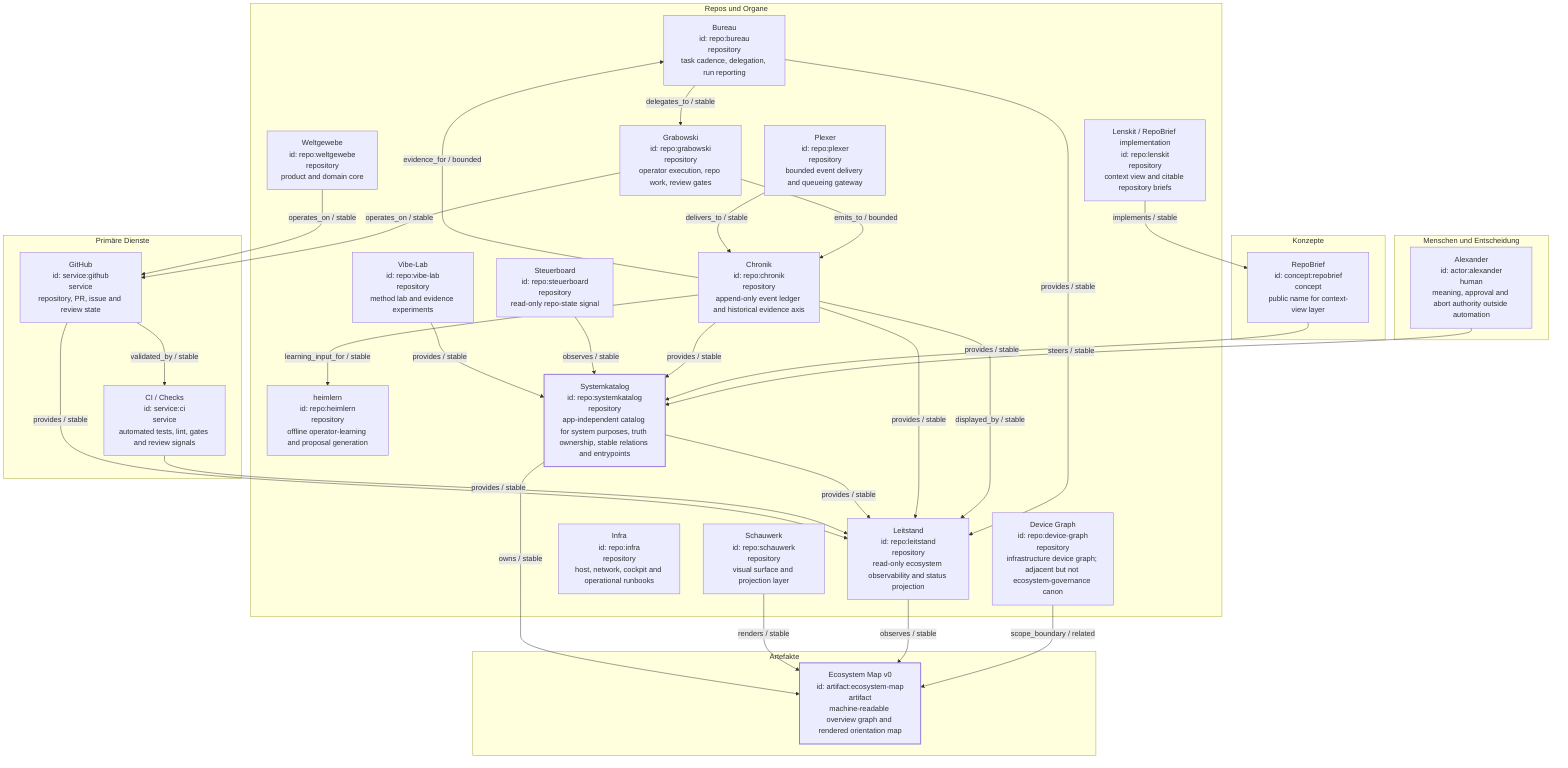
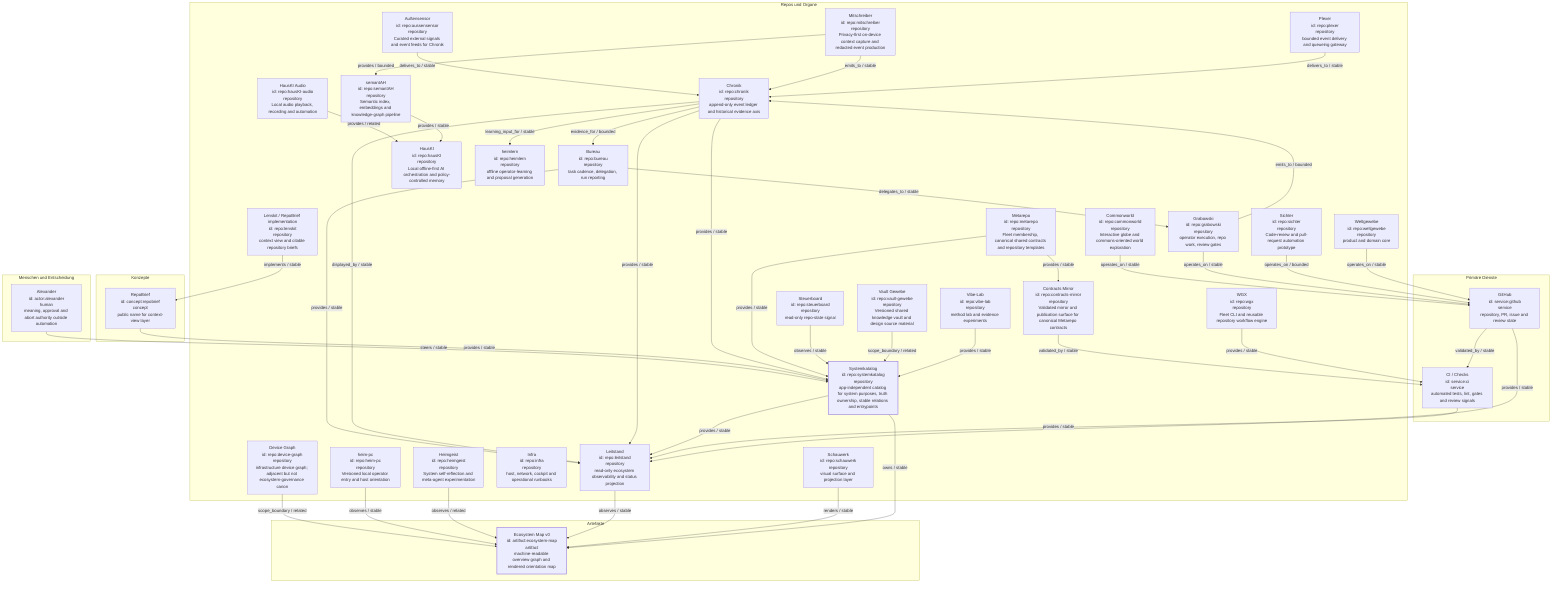
flowchart TD
    %% GENERATED FILE. Do not edit manually.
    %% GENERATED: scripts/render_ecosystem_registry_map.py
    %% Run: python3 scripts/render_ecosystem_registry_map.py
    %% Source: registry/ecosystem/nodes.json + registry/ecosystem/edges.json
    %% Boundary: this projection does not establish claim truth, runtime correctness or merge readiness.

    subgraph kind_human[Menschen und Entscheidung]
        actor_alexander["Alexander<br/>id: actor:alexander<br/>human<br/>meaning, approval and abort authority outside automation"]
    end

    subgraph kind_repository[Repos und Organe]
+         repo_aussensensor["Außensensor<br/>id: repo:aussensensor<br/>repository<br/>Curated external signals and event feeds for Chronik"]
        repo_bureau["Bureau<br/>id: repo:bureau<br/>repository<br/>task cadence, delegation, run reporting"]
        repo_chronik["Chronik<br/>id: repo:chronik<br/>repository<br/>append-only event ledger and historical evidence axis"]
+         repo_commonworld["Commonworld<br/>id: repo:commonworld<br/>repository<br/>Interactive globe and commons-oriented world exploration"]
+         repo_contracts_mirror["Contracts Mirror<br/>id: repo:contracts-mirror<br/>repository<br/>Validated mirror and publication surface for canonical Metarepo contracts"]
        repo_device_graph["Device Graph<br/>id: repo:device-graph<br/>repository<br/>infrastructure device graph; adjacent but not ecosystem-governance canon"]
        repo_grabowski["Grabowski<br/>id: repo:grabowski<br/>repository<br/>operator execution, repo work, review gates"]
+         repo_hausKI["HausKI<br/>id: repo:hausKI<br/>repository<br/>Local offline-first AI orchestration and policy-controlled memory"]
+         repo_hausKI_audio["HausKI Audio<br/>id: repo:hausKI-audio<br/>repository<br/>Local audio playback, recording and automation"]
+         repo_heim_pc["heim-pc<br/>id: repo:heim-pc<br/>repository<br/>Versioned local operator entry and host orientation"]
+         repo_heimgeist["Heimgeist<br/>id: repo:heimgeist<br/>repository<br/>System self-reflection and meta-agent experimentation"]
        repo_heimlern["heimlern<br/>id: repo:heimlern<br/>repository<br/>offline operator-learning and proposal generation"]
        repo_infra["Infra<br/>id: repo:infra<br/>repository<br/>host, network, cockpit and operational runbooks"]
        repo_leitstand["Leitstand<br/>id: repo:leitstand<br/>repository<br/>read-only ecosystem observability and status projection"]
        repo_lenskit["Lenskit / RepoBrief implementation<br/>id: repo:lenskit<br/>repository<br/>context view and citable repository briefs"]
+         repo_metarepo["Metarepo<br/>id: repo:metarepo<br/>repository<br/>Fleet membership, canonical shared contracts and repository templates"]
+         repo_mitschreiber["Mitschreiber<br/>id: repo:mitschreiber<br/>repository<br/>Privacy-first on-device context capture and redacted event production"]
        repo_plexer["Plexer<br/>id: repo:plexer<br/>repository<br/>bounded event delivery and queueing gateway"]
        repo_schauwerk["Schauwerk<br/>id: repo:schauwerk<br/>repository<br/>visual surface and projection layer"]
+         repo_semantAH["semantAH<br/>id: repo:semantAH<br/>repository<br/>Semantic index, embeddings and knowledge-graph pipeline"]
+         repo_sichter["Sichter<br/>id: repo:sichter<br/>repository<br/>Code-review and pull-request automation prototype"]
        repo_steuerboard["Steuerboard<br/>id: repo:steuerboard<br/>repository<br/>read-only repo-state signal"]
        repo_systemkatalog["Systemkatalog<br/>id: repo:systemkatalog<br/>repository<br/>app-independent catalog for system purposes, truth ownership, stable relations and entrypoints"]
+         repo_vault_gewebe["Vault Gewebe<br/>id: repo:vault-gewebe<br/>repository<br/>Versioned shared knowledge vault and design source material"]
        repo_vibe_lab["Vibe-Lab<br/>id: repo:vibe-lab<br/>repository<br/>method lab and evidence experiments"]
        repo_weltgewebe["Weltgewebe<br/>id: repo:weltgewebe<br/>repository<br/>product and domain core"]
+         repo_wgx["WGX<br/>id: repo:wgx<br/>repository<br/>Fleet CLI and reusable repository workflow engine"]
    end

    subgraph kind_concept[Konzepte]
        concept_repobrief["RepoBrief<br/>id: concept:repobrief<br/>concept<br/>public name for context-view layer"]
    end

    subgraph kind_artifact[Artefakte]
        artifact_ecosystem_map["Ecosystem Map v0<br/>id: artifact:ecosystem-map<br/>artifact<br/>machine-readable overview graph and rendered orientation map"]
    end

    subgraph kind_service[Primäre Dienste]
        service_ci["CI / Checks<br/>id: service:ci<br/>service<br/>automated tests, lint, gates and review signals"]
        service_github["GitHub<br/>id: service:github<br/>service<br/>repository, PR, issue and review state"]
    end

    actor_alexander -->|steers / stable| repo_systemkatalog
    concept_repobrief -->|provides / stable| repo_systemkatalog
+     repo_aussensensor -->|delivers_to / stable| repo_chronik
    repo_bureau -->|delegates_to / stable| repo_grabowski
    repo_bureau -->|provides / stable| repo_leitstand
    repo_chronik -->|evidence_for / bounded| repo_bureau
    repo_chronik -->|learning_input_for / stable| repo_heimlern
    repo_chronik -->|displayed_by / stable| repo_leitstand
    repo_chronik -->|provides / stable| repo_leitstand
    repo_chronik -->|provides / stable| repo_systemkatalog
+     repo_commonworld -->|operates_on / stable| service_github
+     repo_contracts_mirror -->|validated_by / stable| service_ci
    repo_device_graph -->|scope_boundary / related| artifact_ecosystem_map
    repo_grabowski -->|emits_to / bounded| repo_chronik
    repo_grabowski -->|operates_on / stable| service_github
+     repo_hausKI_audio -->|provides / related| repo_hausKI
+     repo_heim_pc -->|observes / stable| artifact_ecosystem_map
+     repo_heimgeist -->|observes / related| artifact_ecosystem_map
    repo_leitstand -->|observes / stable| artifact_ecosystem_map
    repo_lenskit -->|implements / stable| concept_repobrief
+     repo_metarepo -->|provides / stable| repo_contracts_mirror
+     repo_metarepo -->|provides / stable| repo_systemkatalog
+     repo_mitschreiber -->|emits_to / stable| repo_chronik
+     repo_mitschreiber -->|provides / bounded| repo_semantAH
    repo_plexer -->|delivers_to / stable| repo_chronik
    repo_schauwerk -->|renders / stable| artifact_ecosystem_map
+     repo_semantAH -->|provides / stable| repo_hausKI
+     repo_sichter -->|operates_on / bounded| service_github
    repo_steuerboard -->|observes / stable| repo_systemkatalog
    repo_systemkatalog -->|owns / stable| artifact_ecosystem_map
    repo_systemkatalog -->|provides / stable| repo_leitstand
+     repo_vault_gewebe -->|scope_boundary / related| repo_systemkatalog
    repo_vibe_lab -->|provides / stable| repo_systemkatalog
    repo_weltgewebe -->|operates_on / stable| service_github
+     repo_wgx -->|provides / stable| service_ci
    service_ci -->|provides / stable| repo_leitstand
    service_github -->|provides / stable| repo_leitstand
    service_github -->|validated_by / stable| service_ci

    %% Visual anchor only; does not establish canonical truth.
    classDef mapAnchor stroke-width:2px;
    class repo_systemkatalog,artifact_ecosystem_map mapAnchor;
